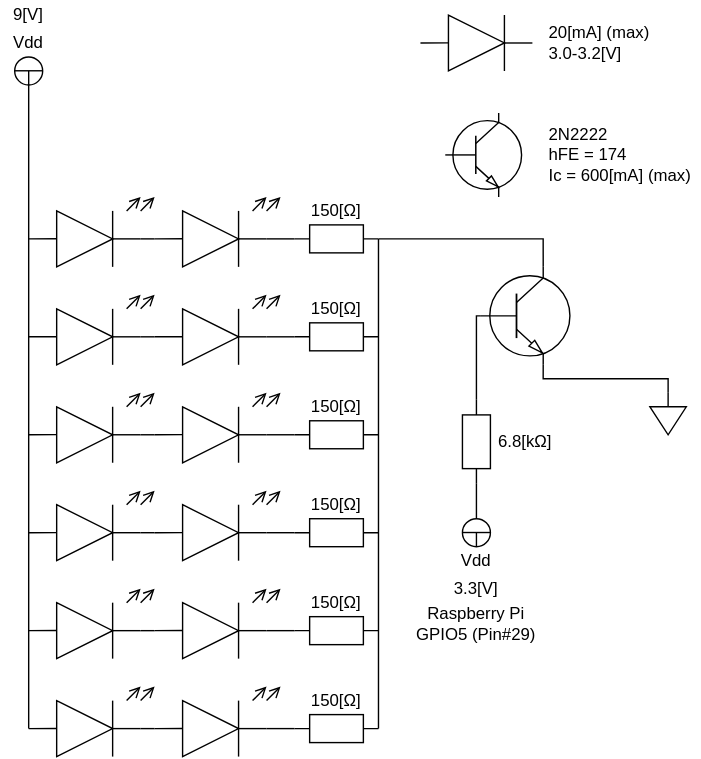
Earlier version of the draw.io export fig/circuit.svg (ytakano/home_garden_rs). Source tidied: cells renumbered, new cells last; positions are measured from the earlier drawing's top-left corner, leaving out a move shared by most shapes.
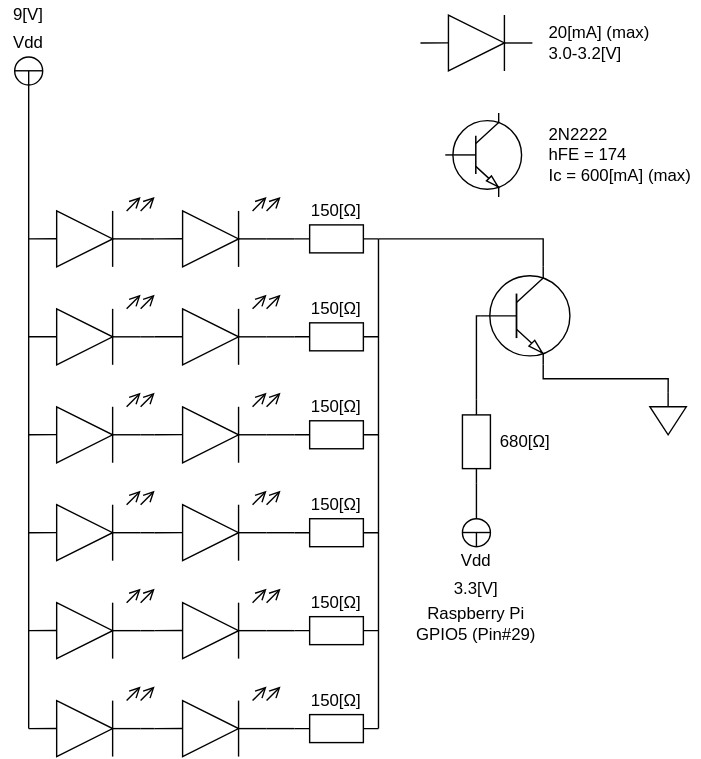
Above is the later version.

Diff of the diagram source:
```diff
@@ -710,7 +710,7 @@
     <mxCell id="137" value="Raspberry Pi&lt;br&gt;GPIO5 (Pin#29)" style="text;html=1;strokeColor=none;fillColor=none;align=center;verticalAlign=middle;whiteSpace=wrap;rounded=0;fontSize=12;" parent="1" vertex="1">
       <mxGeometry x="290" y="430" width="100" height="30" as="geometry" />
     </mxCell>
-    <mxCell id="138" value="6.8[kΩ]" style="text;html=1;strokeColor=none;fillColor=none;align=center;verticalAlign=middle;whiteSpace=wrap;rounded=0;fontSize=12;" parent="1" vertex="1">
+    <mxCell id="138" value="680[Ω]" style="text;html=1;strokeColor=none;fillColor=none;align=center;verticalAlign=middle;whiteSpace=wrap;rounded=0;fontSize=12;" parent="1" vertex="1">
       <mxGeometry x="350" y="305" width="50" height="20" as="geometry" />
     </mxCell>
   </root>
```
